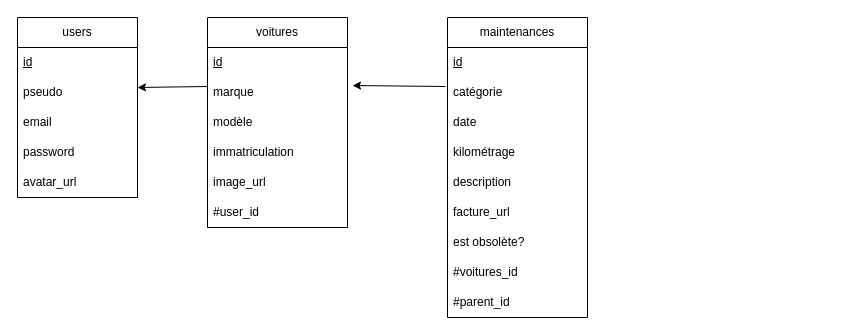
Earlier version of the draw.io diagram doc/mcd-mld-mpd/mld.drawio (johanrechtenstein/moncarnet). Source tidied: cells renumbered, new cells numbered last; positions are measured from the earlier drawing's top-left corner, leaving out a move shared by most shapes. Both pictures are drawn from the tidied source at 100%, with x=0, y=0 at pixel (17, 17).
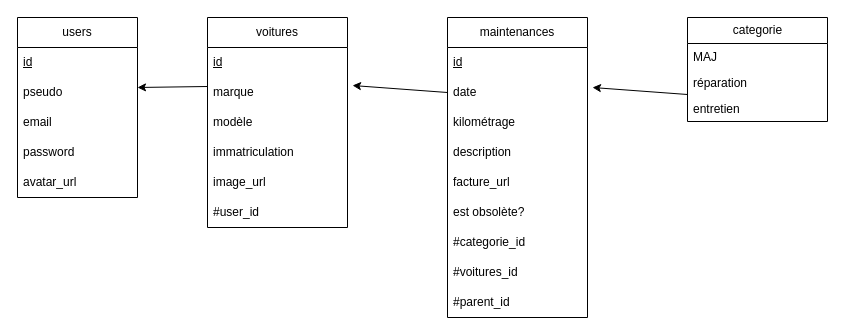
The same diagram, later.

Unchanged cells that the change refers to:
```xml
<mxCell id="10" value="marque" style="text;strokeColor=none;fillColor=none;align=left;verticalAlign=middle;spacingLeft=4;spacingRight=4;overflow=hidden;points=[[0,0.5],[1,0.5]];portConstraint=eastwest;whiteSpace=wrap;html=1;" parent="8" vertex="1">
  <mxGeometry y="60" width="140" height="30" as="geometry" />
</mxCell>
<mxCell id="15" value="maintenances" style="swimlane;fontStyle=0;horizontal=1;startSize=30;whiteSpace=wrap;html=1;" parent="1" vertex="1">
  <mxGeometry x="430" width="140" height="300" as="geometry" />
</mxCell>
```

Change to the diagram source:
```diff
@@
-    <mxCell id="17" value="catégorie" style="text;strokeColor=none;fillColor=none;align=left;verticalAlign=middle;spacingLeft=4;spacingRight=4;overflow=hidden;points=[[0,0.5],[1,0.5]];portConstraint=eastwest;whiteSpace=wrap;html=1;" parent="15" vertex="1">
-      <mxGeometry y="60" width="140" height="30" as="geometry" />
-    </mxCell>
     <mxCell id="18" value="date" style="text;strokeColor=none;fillColor=none;align=left;verticalAlign=middle;spacingLeft=4;spacingRight=4;overflow=hidden;points=[[0,0.5],[1,0.5]];portConstraint=eastwest;whiteSpace=wrap;html=1;" parent="15" vertex="1">
-      <mxGeometry y="90" width="140" height="30" as="geometry" />
+      <mxGeometry y="60" width="140" height="30" as="geometry" />
     </mxCell>
     <mxCell id="19" value="kilométrage" style="text;strokeColor=none;fillColor=none;align=left;verticalAlign=middle;spacingLeft=4;spacingRight=4;overflow=hidden;whiteSpace=wrap;html=1;" parent="15" vertex="1">
-      <mxGeometry y="120" width="140" height="30" as="geometry" />
+      <mxGeometry y="90" width="140" height="30" as="geometry" />
     </mxCell>
     <mxCell id="20" value="description" style="text;strokeColor=none;fillColor=none;align=left;verticalAlign=middle;spacingLeft=4;spacingRight=4;overflow=hidden;whiteSpace=wrap;html=1;" parent="15" vertex="1">
-      <mxGeometry y="150" width="140" height="30" as="geometry" />
+      <mxGeometry y="120" width="140" height="30" as="geometry" />
     </mxCell>
     <mxCell id="21" value="facture_url" style="text;strokeColor=none;fillColor=none;align=left;verticalAlign=middle;spacingLeft=4;spacingRight=4;overflow=hidden;whiteSpace=wrap;html=1;" parent="15" vertex="1">
-      <mxGeometry y="180" width="140" height="30" as="geometry" />
+      <mxGeometry y="150" width="140" height="30" as="geometry" />
     </mxCell>
     <mxCell id="22" value="est obsolète?" style="text;strokeColor=none;fillColor=none;align=left;verticalAlign=middle;spacingLeft=4;spacingRight=4;overflow=hidden;whiteSpace=wrap;html=1;" parent="15" vertex="1">
-      <mxGeometry y="210" width="140" height="30" as="geometry" />
+      <mxGeometry y="180" width="140" height="30" as="geometry" />
     </mxCell>
+    <mxCell id="17" value="#categorie_id" style="text;strokeColor=none;fillColor=none;align=left;verticalAlign=middle;spacingLeft=4;spacingRight=4;overflow=hidden;points=[[0,0.5],[1,0.5]];portConstraint=eastwest;whiteSpace=wrap;html=1;" parent="15" vertex="1">
+      <mxGeometry y="210" width="140" height="30" as="geometry" />
+    </mxCell>
@@
-    <mxCell id="25" style="endArrow=classic;html=1;exitX=-0.014;exitY=0.3;exitDx=0;exitDy=0;entryX=1.036;entryY=0.267;entryDx=0;entryDy=0;entryPerimeter=0;exitPerimeter=0;" parent="1" edge="1" source="17" target="10">
+    <mxCell id="25" style="endArrow=classic;html=1;exitX=0;exitY=0.5;exitDx=0;exitDy=0;entryX=1.036;entryY=0.267;entryDx=0;entryDy=0;entryPerimeter=0;" parent="1" edge="1" source="18" target="10">
       <mxGeometry relative="1" as="geometry" />
     </mxCell>
@@
+    <mxCell id="27" value="categorie" style="swimlane;fontStyle=0;horizontal=1;startSize=26;fillColor=none;html=1;" parent="1" vertex="1">
+      <mxGeometry x="670" width="140" height="104" as="geometry" />
+    </mxCell>
+    <mxCell id="28" value="MAJ" style="text;strokeColor=none;fillColor=none;align=left;verticalAlign=top;spacingLeft=4;spacingRight=4;overflow=hidden;whiteSpace=wrap;html=1;" parent="27" vertex="1">
+      <mxGeometry y="26" width="140" height="26" as="geometry" />
+    </mxCell>
+    <mxCell id="29" value="réparation&lt;span style=&quot;white-space: pre;&quot;&gt;&#9;&lt;/span&gt;" style="text;strokeColor=none;fillColor=none;align=left;verticalAlign=top;spacingLeft=4;spacingRight=4;overflow=hidden;whiteSpace=wrap;html=1;" parent="27" vertex="1">
+      <mxGeometry y="52" width="140" height="26" as="geometry" />
+    </mxCell>
+    <mxCell id="30" value="entretien" style="text;strokeColor=none;fillColor=none;align=left;verticalAlign=top;spacingLeft=4;spacingRight=4;overflow=hidden;whiteSpace=wrap;html=1;" parent="27" vertex="1">
+      <mxGeometry y="78" width="140" height="26" as="geometry" />
+    </mxCell>
+    <mxCell id="31" style="endArrow=classic;html=1;exitX=0;exitY=0.5;exitDx=0;exitDy=0;entryX=1.036;entryY=0.267;entryDx=0;entryDy=0;entryPerimeter=0;" parent="1" edge="1">
+      <mxGeometry relative="1" as="geometry">
+        <mxPoint x="670" y="77" as="sourcePoint" />
+        <mxPoint x="575" y="70" as="targetPoint" />
+      </mxGeometry>
+    </mxCell>
```
